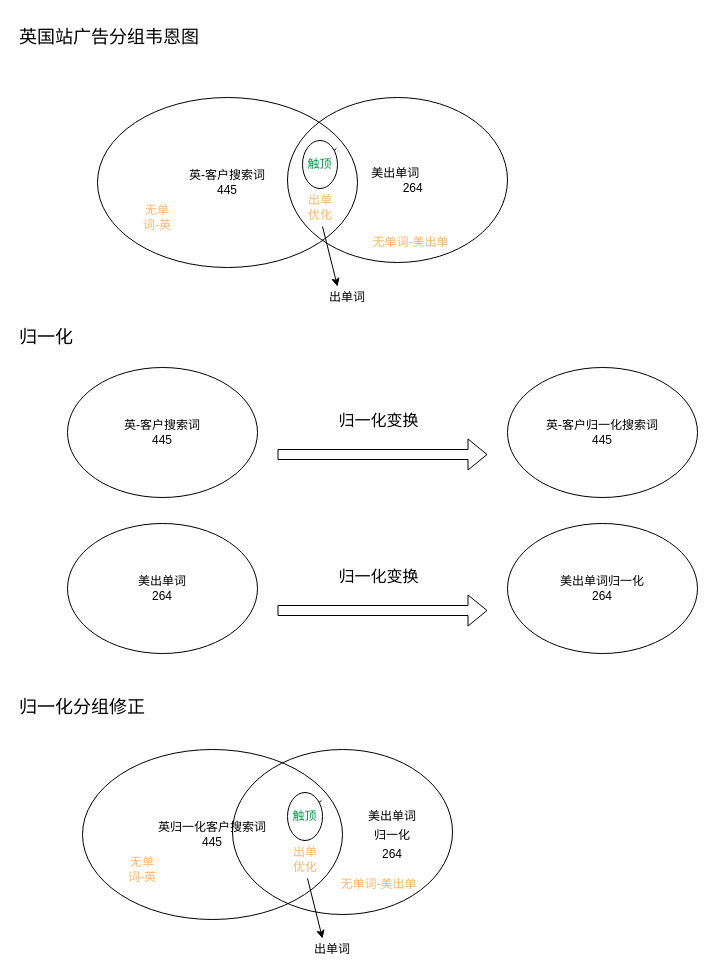
Earlier version of the draw.io diagram 英国站广告分组逻辑.drawio (carlsonlau/.github.io). Source tidied: cells renumbered, new cells numbered last; positions are measured from the earlier drawing's top-left corner, leaving out a move shared by most shapes. Both pictures are drawn from the tidied source at 100%, with x=0, y=0 at pixel (17, 17).
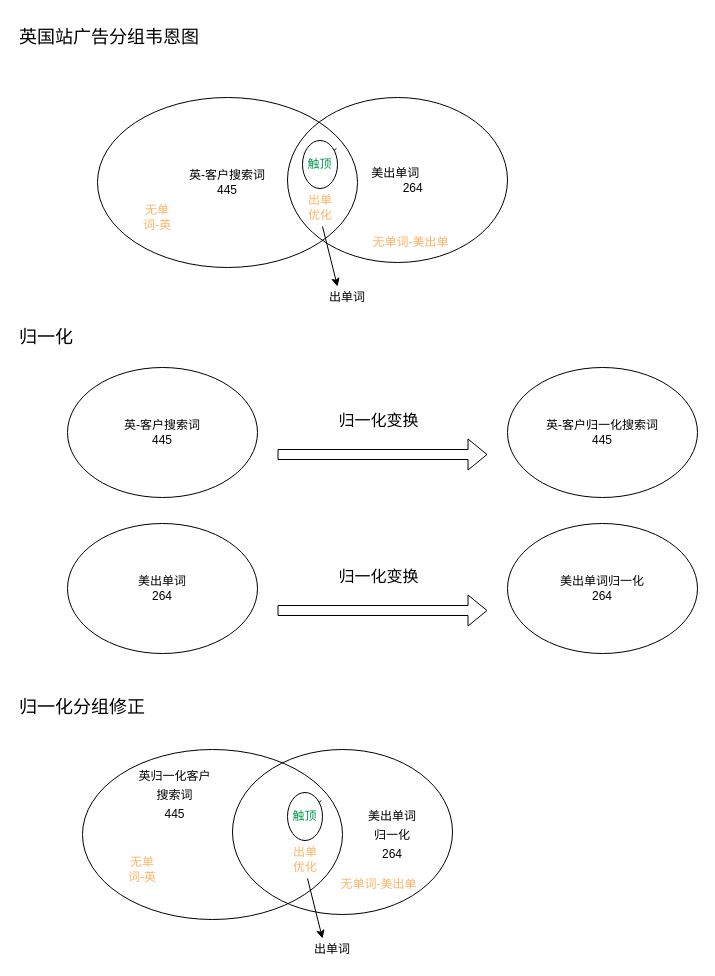
Above is the later version.

Commit message:
更新英国站广告分组逻辑.drawio

What changed in the source:
```diff
@@
-    <mxCell id="22" value="英归一化客户搜索词&lt;br&gt;445&lt;br&gt;" style="ellipse;whiteSpace=wrap;html=1;" parent="1" vertex="1">
+    <mxCell id="22" style="ellipse;whiteSpace=wrap;html=1;" parent="1" vertex="1">
       <mxGeometry x="65" y="732" width="260" height="170" as="geometry" />
     </mxCell>
@@
+    <mxCell id="32" value="&lt;font style=&quot;font-size: 12px&quot;&gt;&lt;span&gt;英归一化客户搜索词&lt;/span&gt;&lt;br&gt;&lt;/font&gt;&lt;span style=&quot;font-size: 12px&quot;&gt;445&lt;/span&gt;" style="text;html=1;strokeColor=none;fillColor=none;align=center;verticalAlign=middle;whiteSpace=wrap;rounded=0;fontSize=16;fontColor=#000000;" parent="1" vertex="1">
+      <mxGeometry x="120" y="758.5" width="75" height="35" as="geometry" />
+    </mxCell>
```
